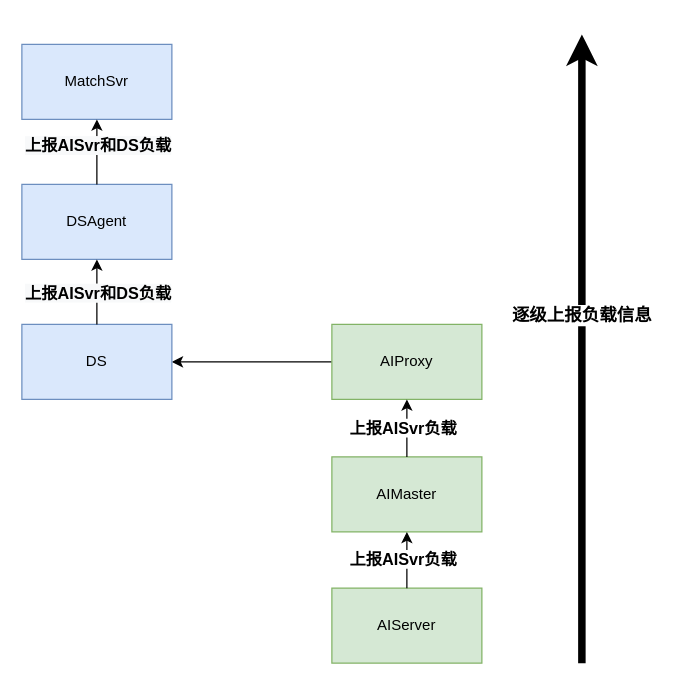
Above: page "NISHIKI AI过载保护" (5 of 7) of NISHIKI架构.drawio in Memoryss/NISHIKI (draw.io), before the change. Source tidied: cells renumbered, new cells numbered last; positions are measured from the earlier drawing's top-left corner, leaving out a move shared by most shapes. Both pictures are drawn from the tidied source at 125%, with x=0, y=0 at pixel (21, 34).
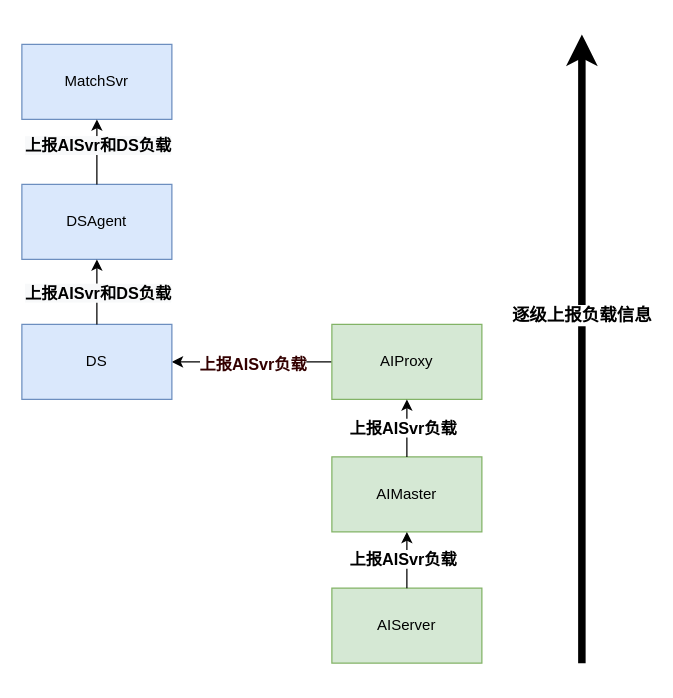
The same page after the edit.

The change refers to these unchanged cells:
```xml
<mxCell id="6" style="edgeStyle=orthogonalEdgeStyle;rounded=0;jettySize=auto;html=1;exitX=0;exitY=0.5;exitDx=0;exitDy=0;entryX=1;entryY=0.5;entryDx=0;entryDy=0;" parent="1" edge="1" source="7" target="10">
  <mxGeometry relative="1" as="geometry" />
</mxCell>
```

What changed in the source:
```diff
@@
+    <mxCell id="19" value="&lt;font style=&quot;font-size: 13px&quot; color=&quot;#330000&quot;&gt;&lt;b&gt;上报AISvr负载&lt;/b&gt;&lt;/font&gt;" style="edgeLabel;html=1;align=center;verticalAlign=middle;fontSize=15;fontFamily=Helvetica;fontColor=#6666FF;" parent="6" vertex="1">
+      <mxGeometry x="-0.33" y="3" relative="1" as="geometry">
+        <mxPoint x="-21" y="-3" as="offset" />
+      </mxGeometry>
+    </mxCell>
```
